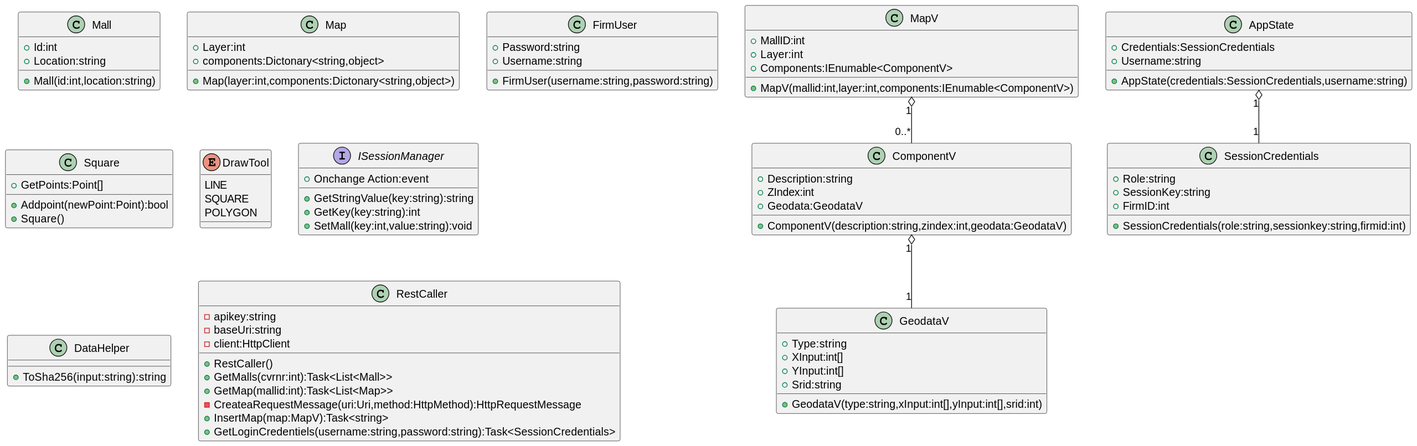
This is Website class diagram.svg from TheMallH6/Links, a PlantUML export, as it was before one commit.
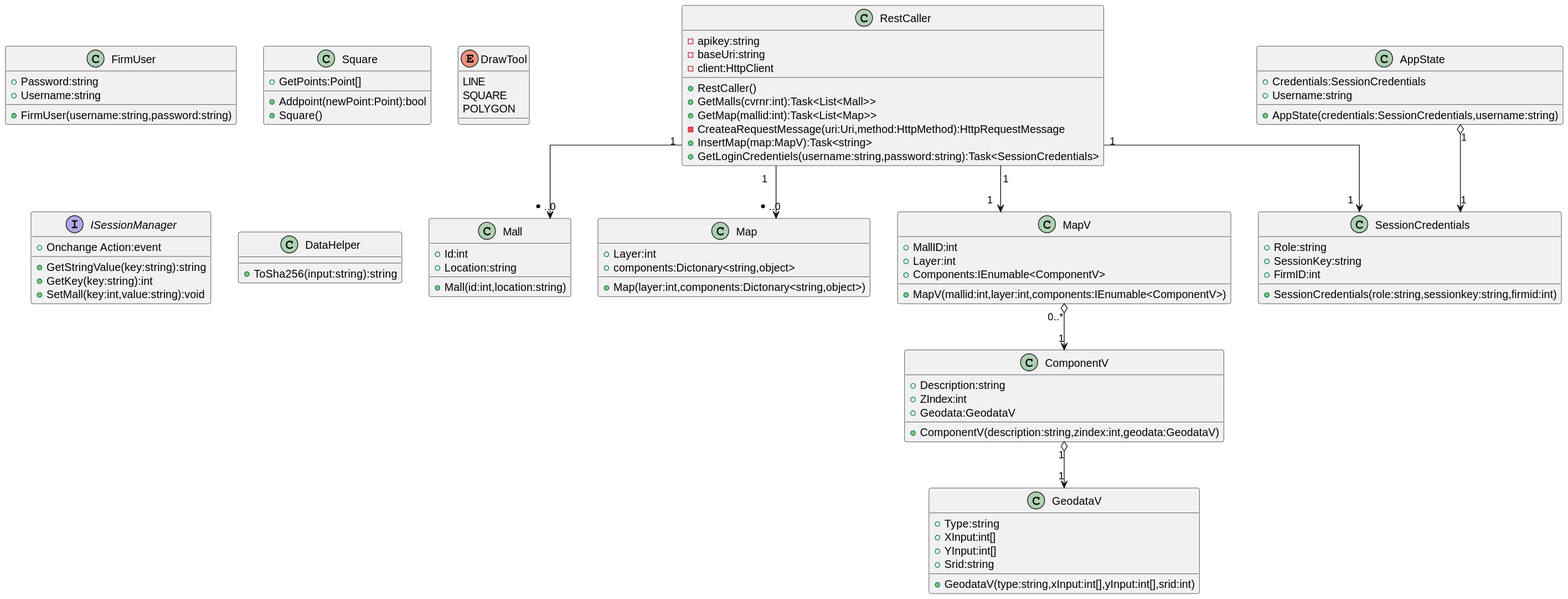
Later version of the same file.

The edit, as a diff of the source:
```diff
@@ -27,7 +27,6 @@
 +ZIndex:int
 +Geodata:GeodataV
 }
-MapV "1" o-- "0..*" ComponentV
 
 
 Class GeodataV{
@@ -37,7 +36,6 @@
 +YInput:int[]
 +Srid:string
 }
-ComponentV "1" o-- "1" GeodataV
 
 Class AppState{
 +AppState(credentials:SessionCredentials,username:string)
@@ -52,7 +50,6 @@
 +SessionKey:string
 +FirmID:int
 }
-AppState "1" o-- "1" SessionCredentials
 
 class FirmUser{
 +FirmUser(username:string,password:string)
@@ -97,4 +94,13 @@
 -client:HttpClient
 }
 
+RestCaller "1" --> "*..0" Mall
+RestCaller "1" --> "*..0" Map
+RestCaller "1" --> "1" SessionCredentials
+RestCaller "1" --> "1" MapV
+
+AppState "1" o--> "1" SessionCredentials
+ComponentV "1" o--> "1" GeodataV
+MapV "1" o--> "0..*" ComponentV
+
 @enduml
```
